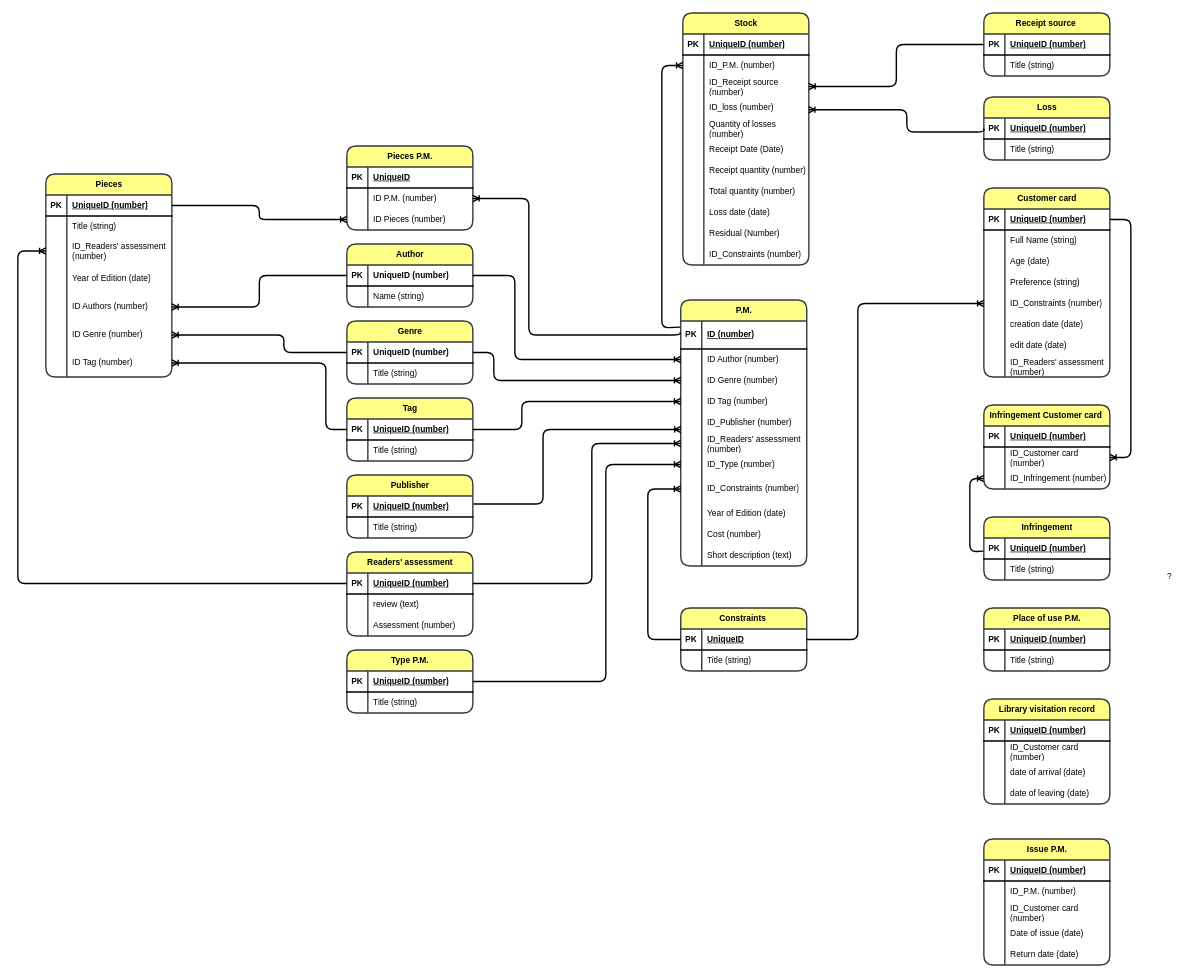
Earlier version of the draw.io diagram page "Страница — 2" (2 of 3) of Диаграмма без названия.drawio (whoIsJhonGalt/repFirst). Source tidied: cells renumbered, new cells numbered last; positions are measured from the earlier drawing's top-left corner, leaving out a move shared by most shapes. Both pictures are drawn from the tidied source at 70%, with x=0, y=0 at pixel (18, 13).
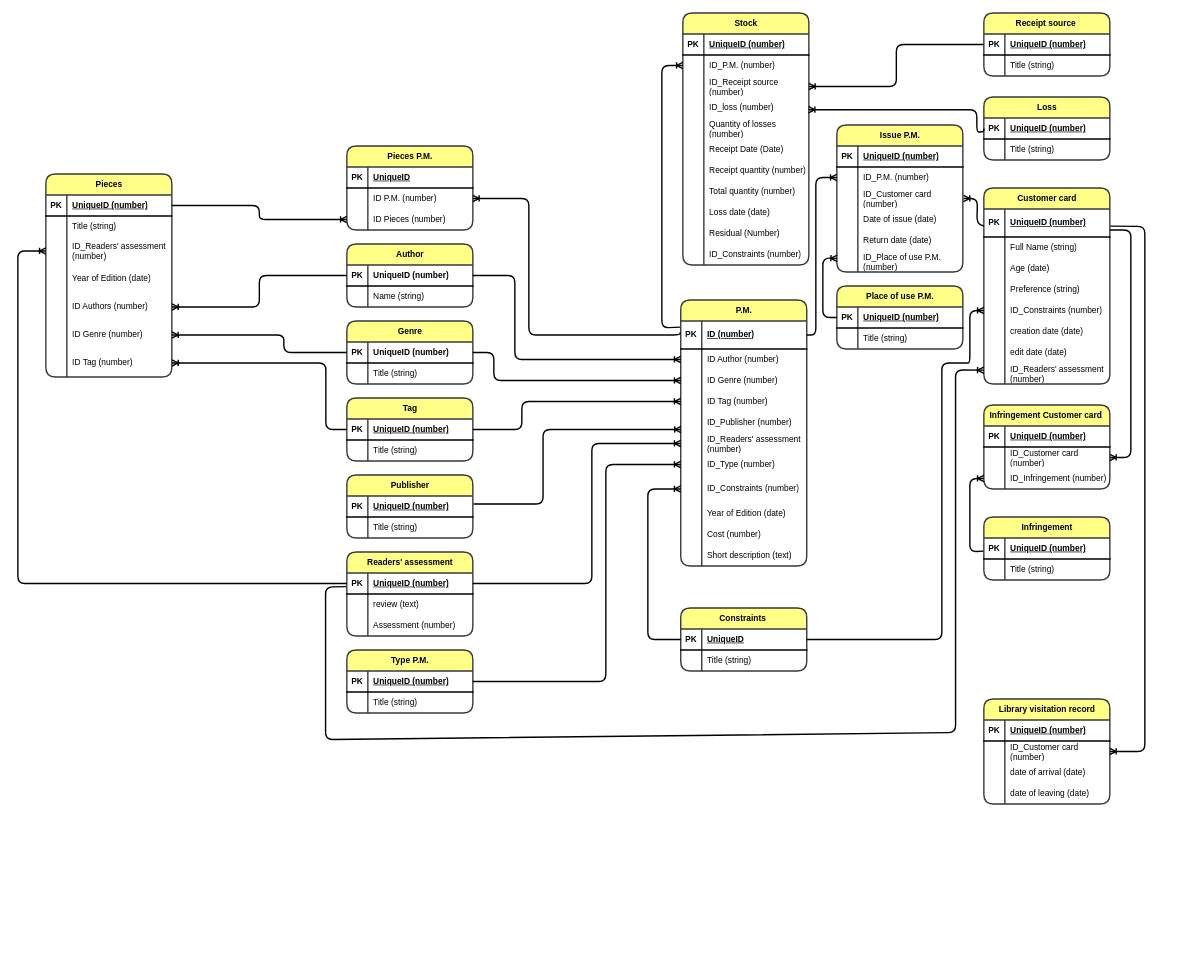
The same page after the edit.

The change refers to these unchanged cells:
```xml
<mxCell id="3" style="shape=tableRow;horizontal=1;startSize=0;swimlaneHead=0;swimlaneBody=0;points=[[0,0.5],[1,0.5]];portConstraint=eastwest;top=0;left=0;right=0;bottom=1;rounded=0;labelBackgroundColor=none;strokeWidth=2;shadow=0;fontFamily=Helvetica;verticalAlign=middle;fontSize=12;swimlaneLine=1;fillColor=none;" parent="2" vertex="1">
  <mxGeometry y="30" width="180" height="40" as="geometry" />
</mxCell>
<mxCell id="86" value="Constraints&amp;nbsp;" style="shape=table;startSize=30;childLayout=tableLayout;rowLines=0;fontStyle=1;align=center;html=1;rounded=1;labelBackgroundColor=none;strokeWidth=2;shadow=0;fontFamily=Helvetica;verticalAlign=middle;horizontal=1;fontSize=12;swimlaneLine=1;fillColor=#ffff88;strokeColor=#36393d;" parent="1" vertex="1">
  <mxGeometry x="947" y="850" width="180" height="90" as="geometry" />
</mxCell>
<mxCell id="120" style="shape=tableRow;horizontal=1;startSize=0;swimlaneHead=0;swimlaneBody=0;points=[[0,0.5],[1,0.5]];portConstraint=eastwest;top=0;left=0;right=0;bottom=0;rounded=0;labelBackgroundColor=none;strokeWidth=2;shadow=0;fontFamily=Helvetica;verticalAlign=middle;fontSize=12;swimlaneLine=1;fillColor=none;" parent="110" vertex="1">
  <mxGeometry y="120" width="180" height="30" as="geometry" />
</mxCell>
<mxCell id="153" style="shape=tableRow;horizontal=1;startSize=0;swimlaneHead=0;swimlaneBody=0;points=[[0,0.5],[1,0.5]];portConstraint=eastwest;top=0;left=0;right=0;bottom=1;rounded=0;labelBackgroundColor=none;strokeWidth=2;shadow=0;fontFamily=Helvetica;verticalAlign=middle;fontSize=12;swimlaneLine=1;fillColor=none;" parent="152" vertex="1">
  <mxGeometry y="30" width="180" height="30" as="geometry" />
</mxCell>
<mxCell id="193" style="shape=tableRow;horizontal=1;startSize=0;swimlaneHead=0;swimlaneBody=0;points=[[0,0.5],[1,0.5]];portConstraint=eastwest;top=0;left=0;right=0;bottom=1;rounded=0;labelBackgroundColor=none;strokeWidth=2;shadow=0;fontFamily=Helvetica;verticalAlign=middle;fontSize=12;swimlaneLine=1;fillColor=none;" parent="192" vertex="1">
  <mxGeometry y="30" width="180" height="30" as="geometry" />
</mxCell>
<mxCell id="203" style="shape=tableRow;horizontal=1;startSize=0;swimlaneHead=0;swimlaneBody=0;points=[[0,0.5],[1,0.5]];portConstraint=eastwest;top=0;left=0;right=0;bottom=0;rounded=0;labelBackgroundColor=none;strokeWidth=2;shadow=0;fontFamily=Helvetica;verticalAlign=middle;fontSize=12;swimlaneLine=1;fillColor=none;" parent="199" vertex="1">
  <mxGeometry y="60" width="180" height="30" as="geometry" />
</mxCell>
<mxCell id="216" style="shape=tableRow;horizontal=1;startSize=0;swimlaneHead=0;swimlaneBody=0;points=[[0,0.5],[1,0.5]];portConstraint=eastwest;top=0;left=0;right=0;bottom=0;rounded=0;labelBackgroundColor=none;strokeWidth=2;shadow=0;fontFamily=Helvetica;verticalAlign=middle;fontSize=12;swimlaneLine=1;fillColor=none;" parent="212" vertex="1">
  <mxGeometry y="60" width="180" height="30" as="geometry" />
</mxCell>
<mxCell id="258" style="shape=tableRow;horizontal=1;startSize=0;swimlaneHead=0;swimlaneBody=0;points=[[0,0.5],[1,0.5]];portConstraint=eastwest;top=0;left=0;right=0;bottom=0;rounded=0;labelBackgroundColor=none;strokeWidth=2;shadow=0;fontFamily=Helvetica;verticalAlign=middle;fontSize=12;swimlaneLine=1;fillColor=none;" parent="254" vertex="1">
  <mxGeometry y="60" width="180" height="30" as="geometry" />
</mxCell>
```

Change to the diagram source:
```diff
@@
     <mxCell id="159" style="edgeStyle=orthogonalEdgeStyle;rounded=1;jettySize=auto;html=1;endArrow=ERoneToMany;endFill=0;exitX=0;exitY=0.5;exitDx=0;exitDy=0;labelBackgroundColor=none;fontColor=default;strokeWidth=2;shadow=0;fontFamily=Helvetica;verticalAlign=middle;horizontal=1;fontSize=12;swimlaneLine=1;fillColor=none;entryX=0.998;entryY=0.606;entryDx=0;entryDy=0;entryPerimeter=0;" parent="1" edge="1" source="153" target="120">
       <mxGeometry relative="1" as="geometry">
         <Array as="points">
           <mxPoint x="1380" y="170" />
-          <mxPoint x="1270" y="170" />
-          <mxPoint x="1270" y="138" />
+          <mxPoint x="1370" y="170" />
+          <mxPoint x="1370" y="138" />
         </Array>
       </mxGeometry>
     </mxCell>
     <mxCell id="160" value="Сustomer card" style="shape=table;startSize=30;childLayout=tableLayout;rowLines=0;fontStyle=1;align=center;html=1;rounded=1;labelBackgroundColor=none;strokeWidth=2;shadow=0;fontFamily=Helvetica;verticalAlign=middle;horizontal=1;fontSize=12;swimlaneLine=1;fillColor=#ffff88;strokeColor=#36393d;" parent="1" vertex="1">
-      <mxGeometry x="1380" y="250" width="180" height="270" as="geometry" />
+      <mxGeometry x="1380" y="250" width="180" height="280" as="geometry" />
     </mxCell>
     <mxCell id="161" style="shape=tableRow;horizontal=1;startSize=0;swimlaneHead=0;swimlaneBody=0;points=[[0,0.5],[1,0.5]];portConstraint=eastwest;top=0;left=0;right=0;bottom=1;rounded=0;labelBackgroundColor=none;strokeWidth=2;shadow=0;fontFamily=Helvetica;verticalAlign=middle;fontSize=12;swimlaneLine=1;fillColor=none;" parent="160" vertex="1">
-      <mxGeometry y="30" width="180" height="30" as="geometry" />
+      <mxGeometry y="30" width="180" height="40" as="geometry" />
     </mxCell>
     <mxCell id="162" value="PK" style="shape=partialRectangle;top=0;left=0;bottom=0;right=0;fontStyle=1;overflow=hidden;whiteSpace=wrap;html=1;rounded=0;labelBackgroundColor=none;strokeWidth=2;shadow=0;fontFamily=Helvetica;verticalAlign=middle;horizontal=1;fontSize=12;swimlaneLine=1;fillColor=none;" parent="161" vertex="1">
-      <mxGeometry width="30" height="30" as="geometry" />
+      <mxGeometry width="30" height="40" as="geometry" />
     </mxCell>
     <mxCell id="163" value="UniqueID (number)" style="shape=partialRectangle;top=0;left=0;bottom=0;right=0;align=left;spacingLeft=6;fontStyle=5;overflow=hidden;whiteSpace=wrap;html=1;rounded=0;labelBackgroundColor=none;strokeWidth=2;shadow=0;fontFamily=Helvetica;verticalAlign=middle;horizontal=1;fontSize=12;swimlaneLine=1;fillColor=none;" parent="161" vertex="1">
-      <mxGeometry x="30" width="150" height="30" as="geometry" />
+      <mxGeometry x="30" width="150" height="40" as="geometry" />
     </mxCell>
     <mxCell id="164" style="shape=tableRow;horizontal=1;startSize=0;swimlaneHead=0;swimlaneBody=0;top=0;left=0;right=0;bottom=0;rounded=0;labelBackgroundColor=none;strokeWidth=2;shadow=0;fontFamily=Helvetica;verticalAlign=middle;fontSize=12;swimlaneLine=1;fillColor=none;" parent="160" vertex="1">
-      <mxGeometry y="60" width="180" height="30" as="geometry" />
+      <mxGeometry y="70" width="180" height="30" as="geometry" />
     </mxCell>
@@
     <mxCell id="167" style="shape=tableRow;horizontal=1;startSize=0;swimlaneHead=0;swimlaneBody=0;top=0;left=0;right=0;bottom=0;rounded=0;labelBackgroundColor=none;strokeWidth=2;shadow=0;fontFamily=Helvetica;verticalAlign=middle;fontSize=12;swimlaneLine=1;fillColor=none;" parent="160" vertex="1">
-      <mxGeometry y="90" width="180" height="30" as="geometry" />
+      <mxGeometry y="100" width="180" height="30" as="geometry" />
     </mxCell>
@@
     <mxCell id="170" style="shape=tableRow;horizontal=1;startSize=0;swimlaneHead=0;swimlaneBody=0;top=0;left=0;right=0;bottom=0;rounded=0;labelBackgroundColor=none;strokeWidth=2;shadow=0;fontFamily=Helvetica;verticalAlign=middle;fontSize=12;swimlaneLine=1;fillColor=none;" parent="160" vertex="1">
-      <mxGeometry y="120" width="180" height="30" as="geometry" />
+      <mxGeometry y="130" width="180" height="30" as="geometry" />
     </mxCell>
@@
     <mxCell id="173" style="shape=tableRow;horizontal=1;startSize=0;swimlaneHead=0;swimlaneBody=0;points=[[0,0.5],[1,0.5]];portConstraint=eastwest;top=0;left=0;right=0;bottom=0;rounded=0;labelBackgroundColor=none;strokeWidth=2;shadow=0;fontFamily=Helvetica;verticalAlign=middle;fontSize=12;swimlaneLine=1;fillColor=none;" parent="160" vertex="1">
-      <mxGeometry y="150" width="180" height="30" as="geometry" />
+      <mxGeometry y="160" width="180" height="30" as="geometry" />
     </mxCell>
@@
     <mxCell id="176" style="shape=tableRow;horizontal=1;startSize=0;swimlaneHead=0;swimlaneBody=0;top=0;left=0;right=0;bottom=0;rounded=0;labelBackgroundColor=none;strokeWidth=2;shadow=0;fontFamily=Helvetica;verticalAlign=middle;fontSize=12;swimlaneLine=1;fillColor=none;" parent="160" vertex="1">
-      <mxGeometry y="180" width="180" height="30" as="geometry" />
+      <mxGeometry y="190" width="180" height="30" as="geometry" />
     </mxCell>
@@
     <mxCell id="179" style="shape=tableRow;horizontal=1;startSize=0;swimlaneHead=0;swimlaneBody=0;top=0;left=0;right=0;bottom=0;rounded=0;labelBackgroundColor=none;strokeWidth=2;shadow=0;fontFamily=Helvetica;verticalAlign=middle;fontSize=12;swimlaneLine=1;fillColor=none;" parent="160" vertex="1">
-      <mxGeometry y="210" width="180" height="30" as="geometry" />
+      <mxGeometry y="220" width="180" height="30" as="geometry" />
     </mxCell>
@@
     <mxCell id="182" style="shape=tableRow;horizontal=1;startSize=0;swimlaneHead=0;swimlaneBody=0;top=0;left=0;right=0;bottom=0;rounded=0;labelBackgroundColor=none;strokeWidth=2;shadow=0;fontFamily=Helvetica;verticalAlign=middle;fontSize=12;swimlaneLine=1;fillColor=none;" parent="160" vertex="1">
-      <mxGeometry y="240" width="180" height="30" as="geometry" />
+      <mxGeometry y="250" width="180" height="30" as="geometry" />
     </mxCell>
@@
     <mxCell id="192" value="Place of use P.M." style="shape=table;startSize=30;childLayout=tableLayout;rowLines=0;fontStyle=1;align=center;html=1;rounded=1;labelBackgroundColor=none;strokeWidth=2;shadow=0;fontFamily=Helvetica;verticalAlign=middle;horizontal=1;fontSize=12;swimlaneLine=1;fillColor=#ffff88;strokeColor=#36393d;" parent="1" vertex="1">
-      <mxGeometry x="1380" y="850" width="180" height="90" as="geometry" />
+      <mxGeometry x="1170" y="390" width="180" height="90" as="geometry" />
     </mxCell>
@@
     <mxCell id="212" value="Issue P.M." style="shape=table;startSize=30;childLayout=tableLayout;rowLines=0;fontStyle=1;align=center;html=1;rounded=1;labelBackgroundColor=none;strokeWidth=2;shadow=0;fontFamily=Helvetica;verticalAlign=middle;horizontal=1;fontSize=12;swimlaneLine=1;fillColor=#ffff88;strokeColor=#36393d;" parent="1" vertex="1">
-      <mxGeometry x="1380" y="1180" width="180" height="180" as="geometry" />
+      <mxGeometry x="1170" y="160" width="180" height="210" as="geometry" />
     </mxCell>
@@
+    <mxCell id="267" style="shape=tableRow;horizontal=1;startSize=0;swimlaneHead=0;swimlaneBody=0;points=[[0,0.5],[1,0.5]];portConstraint=eastwest;top=0;left=0;right=0;bottom=0;rounded=0;labelBackgroundColor=none;strokeWidth=2;shadow=0;fontFamily=Helvetica;verticalAlign=middle;fontSize=12;swimlaneLine=1;fillColor=none;" parent="212" vertex="1">
+      <mxGeometry y="180" width="180" height="30" as="geometry" />
+    </mxCell>
+    <mxCell id="268" style="shape=partialRectangle;top=0;left=0;bottom=0;right=0;overflow=hidden;whiteSpace=wrap;html=1;rounded=0;labelBackgroundColor=none;strokeWidth=2;shadow=0;fontFamily=Helvetica;verticalAlign=middle;horizontal=1;fontSize=12;swimlaneLine=1;fillColor=none;" parent="267" vertex="1">
+      <mxGeometry width="30" height="30" as="geometry" />
+    </mxCell>
+    <mxCell id="269" value="ID_Place of use P.M. (number)" style="shape=partialRectangle;top=0;left=0;bottom=0;right=0;align=left;spacingLeft=6;overflow=hidden;whiteSpace=wrap;html=1;rounded=0;labelBackgroundColor=none;strokeWidth=2;shadow=0;fontFamily=Helvetica;verticalAlign=middle;horizontal=1;fontSize=12;swimlaneLine=1;fillColor=none;" parent="267" vertex="1">
+      <mxGeometry x="30" width="150" height="30" as="geometry" />
+    </mxCell>
@@
-    <mxCell id="229" value="?" style="text;html=1;align=center;verticalAlign=middle;rounded=0;labelBackgroundColor=none;strokeWidth=2;shadow=0;fontFamily=Helvetica;horizontal=1;fontSize=12;swimlaneLine=1;fillColor=none;" parent="1" vertex="1">
-      <mxGeometry x="1630" y="790" width="30" height="30" as="geometry" />
-    </mxCell>
@@
-    <mxCell id="265" style="edgeStyle=entityRelationEdgeStyle;fontSize=12;html=1;endArrow=ERoneToMany;rounded=1;labelBackgroundColor=default;strokeColor=default;strokeWidth=2;align=center;verticalAlign=middle;fontFamily=Helvetica;fontColor=default;startSize=30;shape=connector;exitX=1;exitY=0.5;exitDx=0;exitDy=0;entryX=1;entryY=0.5;entryDx=0;entryDy=0;" parent="1" edge="1" source="161" target="258">
-      <mxGeometry relative="1" as="geometry" />
+    <mxCell id="265" style="edgeStyle=entityRelationEdgeStyle;fontSize=12;html=1;endArrow=ERoneToMany;rounded=1;labelBackgroundColor=default;strokeColor=default;strokeWidth=2;align=center;verticalAlign=middle;fontFamily=Helvetica;fontColor=default;startSize=30;shape=connector;entryX=1;entryY=0.5;entryDx=0;entryDy=0;" parent="1" edge="1" target="258">
+      <mxGeometry relative="1" as="geometry">
+        <mxPoint x="1560" y="310" as="sourcePoint" />
+        <Array as="points">
+          <mxPoint x="1600" y="290" />
+          <mxPoint x="1600" y="300" />
+          <mxPoint x="1600" y="295" />
+        </Array>
+      </mxGeometry>
     </mxCell>
     <mxCell id="266" style="fontSize=12;html=1;endArrow=ERoneToMany;rounded=1;labelBackgroundColor=default;strokeColor=default;strokeWidth=2;align=center;verticalAlign=middle;fontFamily=Helvetica;fontColor=default;startSize=30;shape=connector;exitX=1;exitY=0.5;exitDx=0;exitDy=0;entryX=0;entryY=0.5;entryDx=0;entryDy=0;" parent="1" edge="1" source="86" target="173">
       <mxGeometry relative="1" as="geometry">
         <Array as="points">
-          <mxPoint x="1200" y="895" />
-          <mxPoint x="1200" y="670" />
-          <mxPoint x="1200" y="415" />
+          <mxPoint x="1320" y="895" />
+          <mxPoint x="1320" y="550" />
+          <mxPoint x="1320" y="500" />
+          <mxPoint x="1350" y="500" />
+          <mxPoint x="1360" y="500" />
+          <mxPoint x="1360" y="425" />
         </Array>
       </mxGeometry>
     </mxCell>
+    <mxCell id="270" style="fontSize=12;html=1;endArrow=ERoneToMany;rounded=1;labelBackgroundColor=default;strokeColor=default;strokeWidth=2;align=center;verticalAlign=middle;fontFamily=Helvetica;fontColor=default;startSize=30;shape=connector;entryX=0.002;entryY=0.411;entryDx=0;entryDy=0;entryPerimeter=0;exitX=-0.004;exitY=0.717;exitDx=0;exitDy=0;exitPerimeter=0;" parent="1" edge="1">
+      <mxGeometry relative="1" as="geometry">
+        <mxPoint x="468.9" y="819.5" as="sourcePoint" />
+        <mxPoint x="1380" y="510.3" as="targetPoint" />
+        <Array as="points">
+          <mxPoint x="439.6" y="820" />
+          <mxPoint x="439.6" y="1038" />
+          <mxPoint x="1339.6" y="1028" />
+          <mxPoint x="1339.6" y="598" />
+          <mxPoint x="1339.6" y="510" />
+        </Array>
+      </mxGeometry>
+    </mxCell>
+    <mxCell id="271" style="fontSize=12;html=1;endArrow=ERoneToMany;rounded=1;labelBackgroundColor=default;strokeColor=default;strokeWidth=2;align=center;verticalAlign=middle;fontFamily=Helvetica;fontColor=default;startSize=30;shape=connector;exitX=1.005;exitY=0.614;exitDx=0;exitDy=0;exitPerimeter=0;entryX=1;entryY=0.5;entryDx=0;entryDy=0;" parent="1" edge="1" source="161" target="203">
+      <mxGeometry relative="1" as="geometry">
+        <Array as="points">
+          <mxPoint x="1610" y="305" />
+          <mxPoint x="1610" y="660" />
+          <mxPoint x="1610" y="1055" />
+        </Array>
+      </mxGeometry>
+    </mxCell>
+    <mxCell id="272" style="fontSize=12;html=1;endArrow=ERoneToMany;rounded=1;labelBackgroundColor=default;strokeColor=default;strokeWidth=2;align=center;verticalAlign=middle;fontFamily=Helvetica;fontColor=default;startSize=30;shape=connector;exitX=-0.005;exitY=0.615;exitDx=0;exitDy=0;entryX=1;entryY=0.5;entryDx=0;entryDy=0;exitPerimeter=0;" parent="1" edge="1">
+      <mxGeometry relative="1" as="geometry">
+        <mxPoint x="1380" y="304.6" as="sourcePoint" />
+        <mxPoint x="1350.9" y="265" as="targetPoint" />
+        <Array as="points">
+          <mxPoint x="1370" y="300" />
+          <mxPoint x="1370.9" y="265" />
+        </Array>
+      </mxGeometry>
+    </mxCell>
+    <mxCell id="273" style="fontSize=12;html=1;endArrow=ERoneToMany;rounded=1;labelBackgroundColor=default;strokeColor=default;strokeWidth=2;align=center;verticalAlign=middle;fontFamily=Helvetica;fontColor=default;startSize=30;shape=connector;exitX=1;exitY=0.5;exitDx=0;exitDy=0;entryX=0;entryY=0.5;entryDx=0;entryDy=0;" parent="1" edge="1" source="3" target="216">
+      <mxGeometry relative="1" as="geometry">
+        <Array as="points">
+          <mxPoint x="1140" y="460" />
+          <mxPoint x="1140" y="235" />
+        </Array>
+      </mxGeometry>
+    </mxCell>
+    <mxCell id="274" style="fontSize=12;html=1;endArrow=ERoneToMany;rounded=1;labelBackgroundColor=default;strokeColor=default;strokeWidth=2;align=center;verticalAlign=middle;fontFamily=Helvetica;fontColor=default;startSize=30;shape=connector;exitX=0;exitY=0.5;exitDx=0;exitDy=0;entryX=0.003;entryY=0.353;entryDx=0;entryDy=0;entryPerimeter=0;" parent="1" edge="1" source="193" target="267">
+      <mxGeometry relative="1" as="geometry">
+        <Array as="points">
+          <mxPoint x="1150" y="435" />
+          <mxPoint x="1150" y="390" />
+          <mxPoint x="1150" y="350" />
+        </Array>
+      </mxGeometry>
+    </mxCell>
```
